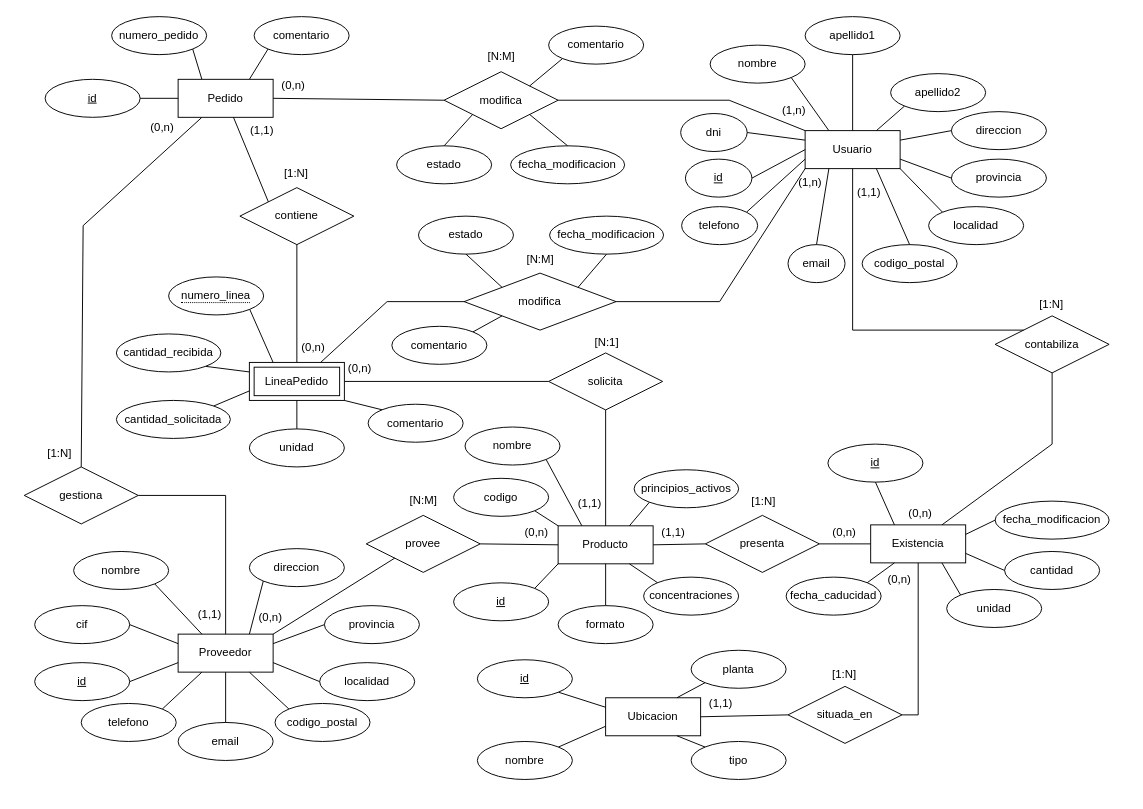
Above: Diagrama sin título.drawio in mariopr25/AlmacenMedicamentosER (draw.io), before the change. Source tidied: cells renumbered, new cells numbered last; positions are measured from the earlier drawing's top-left corner, leaving out a move shared by most shapes. Both pictures are drawn from the tidied source at 95%, with x=0, y=0 at pixel (16, 16).
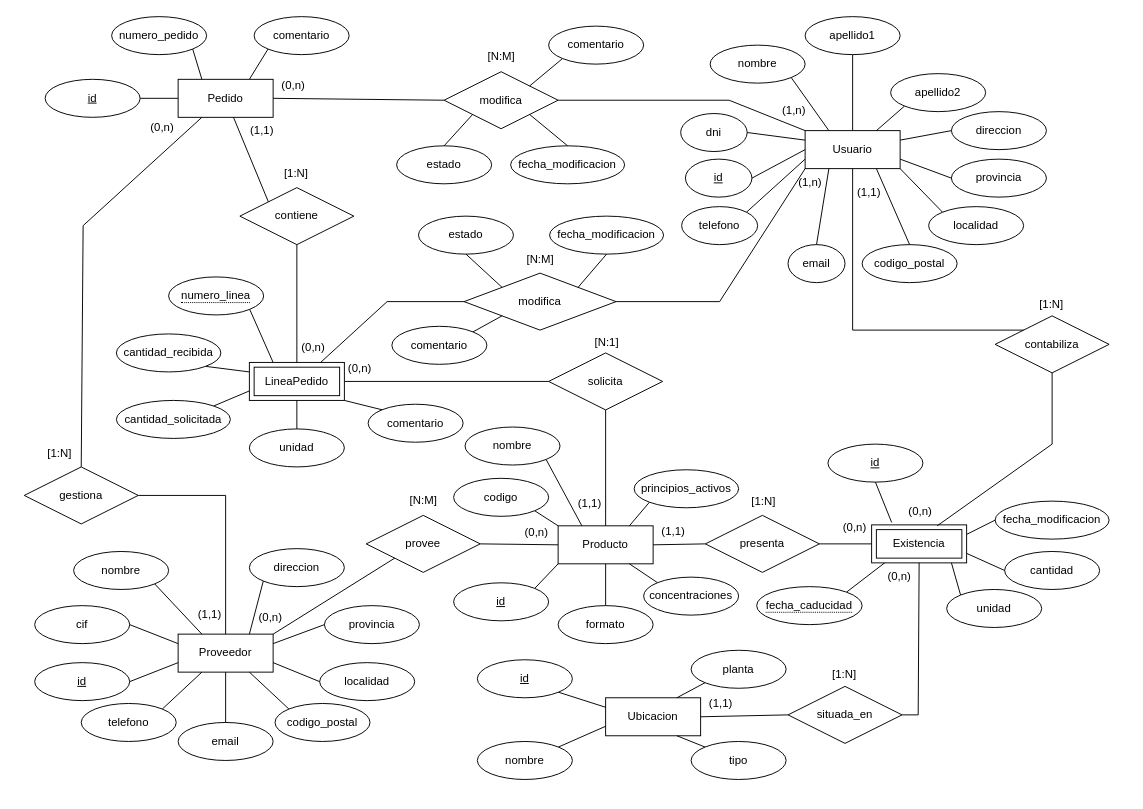
The same diagram, later.

Commit message:
Existencia pasa a ser una entidad débil

The change refers to these unchanged cells:
```xml
<mxCell id="66" style="group;" parent="1" vertex="1">
  <mxGeometry x="819" y="445" width="350" height="220" as="geometry" />
</mxCell>
<mxCell id="68" value="id" style="ellipse;whiteSpace=wrap;html=1;align=center;fontStyle=4;" parent="66" vertex="1">
  <mxGeometry x="35" y="5" width="100" height="40" as="geometry" />
</mxCell>
<mxCell id="71" value="unidad" style="ellipse;whiteSpace=wrap;html=1;align=center;" parent="66" vertex="1">
  <mxGeometry x="160" y="158" width="100" height="40" as="geometry" />
</mxCell>
<mxCell id="79" value="situada_en" style="shape=rhombus;perimeter=rhombusPerimeter;whiteSpace=wrap;html=1;align=center;" parent="1" vertex="1">
  <mxGeometry x="812" y="705" width="120" height="60" as="geometry" />
</mxCell>
<mxCell id="84" value="&lt;div&gt;contabiliza&lt;/div&gt;" style="shape=rhombus;perimeter=rhombusPerimeter;whiteSpace=wrap;html=1;align=center;" parent="1" vertex="1">
  <mxGeometry x="1030" y="315" width="120" height="60" as="geometry" />
</mxCell>
```

Diff of the diagram source:
```diff
@@
-    <mxCell id="67" value="&lt;div&gt;Existencia&lt;/div&gt;" style="whiteSpace=wrap;html=1;align=center;" parent="66" vertex="1">
-      <mxGeometry x="80" y="90" width="100" height="40" as="geometry" />
-    </mxCell>
@@
-    <mxCell id="69" value="fecha_modificacion" style="ellipse;whiteSpace=wrap;html=1;align=center;" parent="66" vertex="1">
+    <mxCell id="69" value="fecha_modificacion" style="ellipse;whiteSpace=wrap;html=1;align=center;fontStyle=0;" parent="66" vertex="1">
       <mxGeometry x="211" y="65" width="120" height="40" as="geometry" />
     </mxCell>
@@
-    <mxCell id="72" value="fecha_caducidad" style="ellipse;whiteSpace=wrap;html=1;align=center;" parent="66" vertex="1">
-      <mxGeometry x="-9" y="145" width="100" height="40" as="geometry" />
-    </mxCell>
-    <mxCell id="73" style="endArrow=none;html=1;rounded=0;entryX=0.25;entryY=0;entryDx=0;entryDy=0;exitX=0.5;exitY=1;exitDx=0;exitDy=0;" parent="66" edge="1" source="68" target="67">
+    <mxCell id="73" style="endArrow=none;html=1;rounded=0;entryX=0.211;entryY=-0.064;entryDx=0;entryDy=0;exitX=0.5;exitY=1;exitDx=0;exitDy=0;entryPerimeter=0;" parent="66" edge="1" source="68" target="67">
       <mxGeometry relative="1" as="geometry" />
     </mxCell>
@@
-    <mxCell id="76" style="endArrow=none;html=1;rounded=0;entryX=0.25;entryY=1;entryDx=0;entryDy=0;exitX=1;exitY=0;exitDx=0;exitDy=0;" parent="66" edge="1" source="72" target="67">
+    <mxCell id="76" style="endArrow=none;html=1;rounded=0;entryX=0.15;entryY=0.975;entryDx=0;entryDy=0;exitX=1;exitY=0;exitDx=0;exitDy=0;entryPerimeter=0;" parent="66" edge="1" source="72" target="67">
       <mxGeometry relative="1" as="geometry" />
     </mxCell>
-    <mxCell id="77" style="endArrow=none;html=1;rounded=0;entryX=0;entryY=0;entryDx=0;entryDy=0;exitX=0.75;exitY=1;exitDx=0;exitDy=0;" parent="66" edge="1" source="67" target="71">
+    <mxCell id="77" style="endArrow=none;html=1;rounded=0;entryX=0;entryY=0;entryDx=0;entryDy=0;exitX=0.84;exitY=1;exitDx=0;exitDy=0;exitPerimeter=0;" parent="66" edge="1" source="67" target="71">
       <mxGeometry relative="1" as="geometry" />
     </mxCell>
     <mxCell id="78" value="(0,n)" style="text;html=1;align=center;verticalAlign=middle;strokeColor=none;fillColor=none;" parent="66" vertex="1">
-      <mxGeometry x="85" y="133" width="50" height="30" as="geometry" />
+      <mxGeometry x="85" y="129" width="50" height="30" as="geometry" />
     </mxCell>
+    <mxCell id="67" value="Existencia" style="shape=ext;margin=3;double=1;whiteSpace=wrap;html=1;align=center;" parent="66" vertex="1">
+      <mxGeometry x="81" y="90" width="100" height="40" as="geometry" />
+    </mxCell>
+    <mxCell id="72" value="&lt;span style=&quot;border-bottom: 1px dotted&quot;&gt;fecha_caducidad&lt;br&gt;&lt;/span&gt;" style="ellipse;whiteSpace=wrap;html=1;align=center;" parent="66" vertex="1">
+      <mxGeometry x="-40" y="155" width="111" height="40" as="geometry" />
+    </mxCell>
@@
-    <mxCell id="80" style="endArrow=none;html=1;rounded=0;entryX=0.5;entryY=1;entryDx=0;entryDy=0;exitX=1;exitY=0.5;exitDx=0;exitDy=0;" parent="1" edge="1" source="79" target="67">
+    <mxCell id="80" style="endArrow=none;html=1;rounded=0;exitX=1;exitY=0.5;exitDx=0;exitDy=0;entryX=0.5;entryY=1;entryDx=0;entryDy=0;" parent="1" edge="1" source="79" target="67">
       <mxGeometry relative="1" as="geometry">
         <Array as="points">
           <mxPoint x="949" y="735" />
         </Array>
       </mxGeometry>
     </mxCell>
@@
-    <mxCell id="85" style="endArrow=none;html=1;rounded=0;exitX=0.5;exitY=1;exitDx=0;exitDy=0;entryX=0.75;entryY=0;entryDx=0;entryDy=0;" parent="1" edge="1" source="84" target="67">
+    <mxCell id="85" style="endArrow=none;html=1;rounded=0;exitX=0.5;exitY=1;exitDx=0;exitDy=0;entryX=0.69;entryY=0.025;entryDx=0;entryDy=0;entryPerimeter=0;" parent="1" edge="1" source="84" target="67">
       <mxGeometry relative="1" as="geometry">
         <Array as="points">
           <mxPoint x="1090" y="450" />
         </Array>
       </mxGeometry>
     </mxCell>
@@
     <mxCell id="145" value="(0,n)" style="text;html=1;align=center;verticalAlign=middle;strokeColor=none;fillColor=none;" parent="1" vertex="1">
-      <mxGeometry x="846" y="528" width="50" height="30" as="geometry" />
+      <mxGeometry x="857" y="523" width="50" height="30" as="geometry" />
     </mxCell>
     <mxCell id="146" value="(1,1)" style="text;html=1;align=center;verticalAlign=middle;strokeColor=none;fillColor=none;" parent="1" vertex="1">
-      <mxGeometry x="666" y="528" width="50" height="30" as="geometry" />
+      <mxGeometry x="666" y="527" width="50" height="30" as="geometry" />
     </mxCell>
@@
     <mxCell id="151" value="(0,n)" style="text;html=1;align=center;verticalAlign=middle;strokeColor=none;fillColor=none;" parent="1" vertex="1">
-      <mxGeometry x="926" y="508" width="50" height="30" as="geometry" />
+      <mxGeometry x="926" y="506" width="50" height="30" as="geometry" />
     </mxCell>
```
